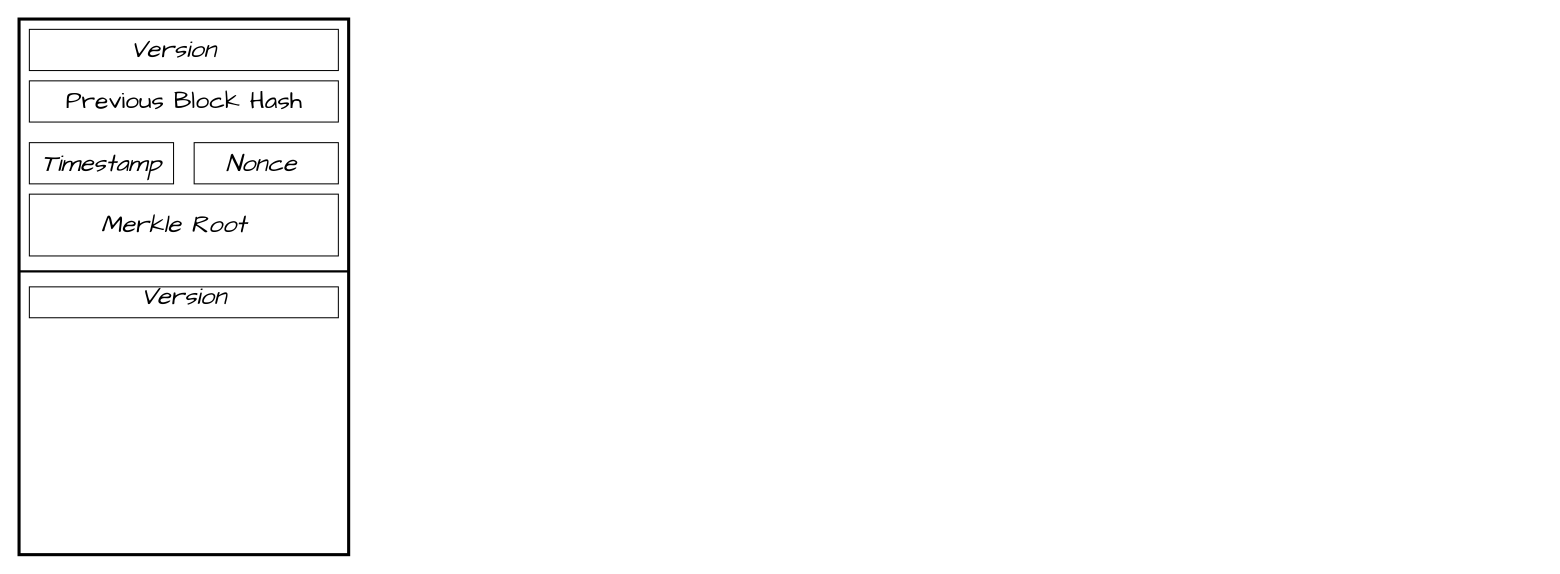
Earlier version of the draw.io diagram BlockchainStructure.drawio (pietro-celati/Jellyfish-Merkle-Tree). Source tidied: cells renumbered, new cells numbered last; positions are measured from the earlier drawing's top-left corner, leaving out a move shared by most shapes. Both pictures are drawn from the tidied source at 103%, with x=0, y=0 at pixel (19, 19).
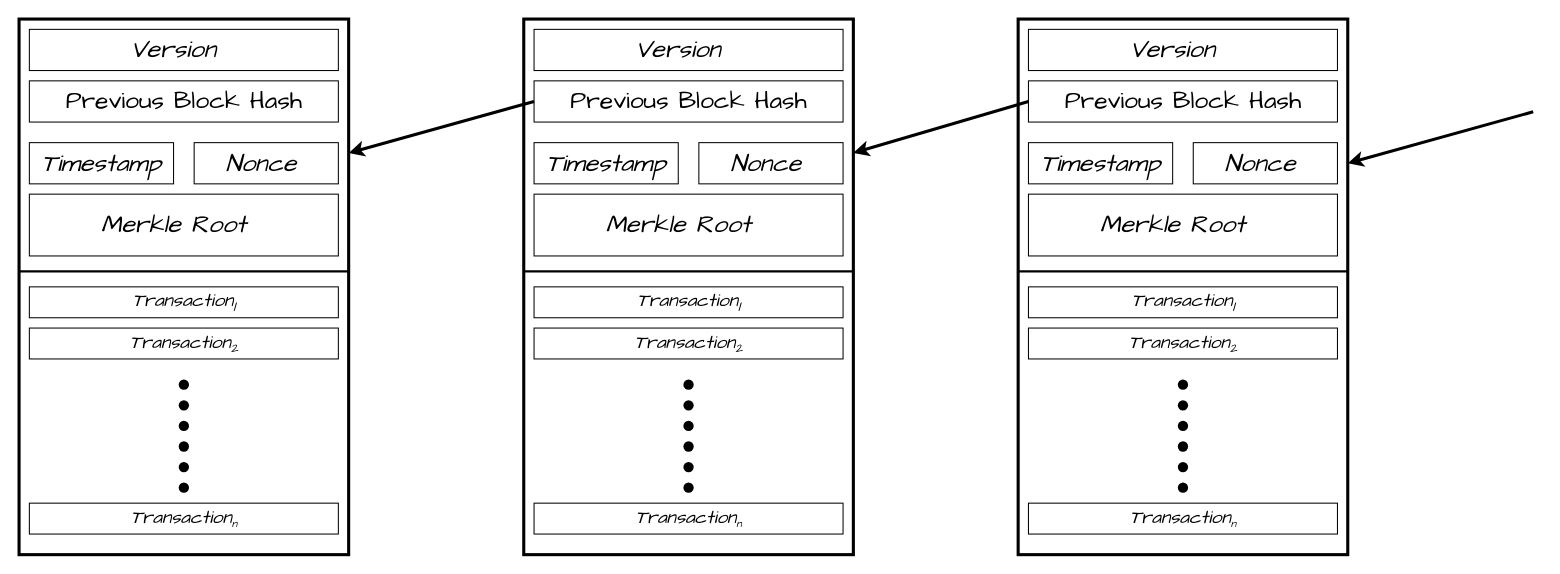
Above is the later version.

Diff of the diagram source:
```diff
@@
-    <mxCell id="2" style="rounded=0;whiteSpace=wrap;html=1;strokeWidth=3;" parent="1" vertex="1">
+    <mxCell id="2" style="rounded=0;whiteSpace=wrap;html=1;strokeWidth=3;gradientColor=none;" parent="1" vertex="1">
       <mxGeometry width="320" height="520" as="geometry" />
     </mxCell>
@@
-    <mxCell id="15" value="Version" style="text;strokeColor=none;fillColor=none;html=1;fontSize=24;fontStyle=2;verticalAlign=middle;align=center;fontFamily=Comic Sans MS;" parent="1" vertex="1">
-      <mxGeometry x="110" y="250" width="100" height="40" as="geometry" />
+    <mxCell id="15" value="Transaction&lt;sub&gt;1&lt;/sub&gt;" style="text;strokeColor=none;fillColor=none;html=1;fontSize=18;fontStyle=2;verticalAlign=middle;align=center;fontFamily=Comic Sans MS;" parent="1" vertex="1">
+      <mxGeometry x="110" y="265" width="100" height="20" as="geometry" />
     </mxCell>
+    <mxCell id="16" style="rounded=0;whiteSpace=wrap;html=1;" parent="1" vertex="1">
+      <mxGeometry x="10" y="300" width="300" height="30" as="geometry" />
+    </mxCell>
+    <mxCell id="17" value="Transaction&lt;span style=&quot;font-size: 15px;&quot;&gt;&lt;sub&gt;2&lt;/sub&gt;&lt;/span&gt;" style="text;strokeColor=none;fillColor=none;html=1;fontSize=18;fontStyle=2;verticalAlign=middle;align=center;fontFamily=Comic Sans MS;" parent="1" vertex="1">
+      <mxGeometry x="110" y="305" width="100" height="20" as="geometry" />
+    </mxCell>
+    <mxCell id="18" style="ellipse;whiteSpace=wrap;html=1;gradientColor=none;fillColor=#000000;strokeColor=none;gradientDirection=north;" parent="1" vertex="1">
+      <mxGeometry x="155" y="350" width="10" height="10" as="geometry" />
+    </mxCell>
+    <mxCell id="19" style="ellipse;whiteSpace=wrap;html=1;gradientColor=none;fillColor=#000000;strokeColor=none;gradientDirection=north;" parent="1" vertex="1">
+      <mxGeometry x="155" y="370" width="10" height="10" as="geometry" />
+    </mxCell>
+    <mxCell id="20" style="ellipse;whiteSpace=wrap;html=1;gradientColor=none;fillColor=#000000;strokeColor=none;gradientDirection=north;" parent="1" vertex="1">
+      <mxGeometry x="155" y="390" width="10" height="10" as="geometry" />
+    </mxCell>
+    <mxCell id="21" style="ellipse;whiteSpace=wrap;html=1;gradientColor=none;fillColor=#000000;strokeColor=none;gradientDirection=north;" parent="1" vertex="1">
+      <mxGeometry x="155" y="410" width="10" height="10" as="geometry" />
+    </mxCell>
+    <mxCell id="22" style="ellipse;whiteSpace=wrap;html=1;gradientColor=none;fillColor=#000000;strokeColor=none;gradientDirection=north;" parent="1" vertex="1">
+      <mxGeometry x="155" y="430" width="10" height="10" as="geometry" />
+    </mxCell>
+    <mxCell id="23" style="ellipse;whiteSpace=wrap;html=1;gradientColor=none;fillColor=#000000;strokeColor=none;gradientDirection=north;" parent="1" vertex="1">
+      <mxGeometry x="155" y="450" width="10" height="10" as="geometry" />
+    </mxCell>
+    <mxCell id="24" style="rounded=0;whiteSpace=wrap;html=1;" parent="1" vertex="1">
+      <mxGeometry x="10" y="470" width="300" height="30" as="geometry" />
+    </mxCell>
+    <mxCell id="25" value="Transaction&lt;span style=&quot;font-size: 12.5px;&quot;&gt;&lt;sub&gt;n&lt;/sub&gt;&lt;/span&gt;" style="text;strokeColor=none;fillColor=none;html=1;fontSize=18;fontStyle=2;verticalAlign=middle;align=center;fontFamily=Comic Sans MS;" parent="1" vertex="1">
+      <mxGeometry x="110" y="475" width="100" height="20" as="geometry" />
+    </mxCell>
+    <mxCell id="26" style="rounded=0;whiteSpace=wrap;html=1;strokeWidth=3;gradientColor=none;" parent="1" vertex="1">
+      <mxGeometry x="490" width="320" height="520" as="geometry" />
+    </mxCell>
+    <mxCell id="27" style="rounded=0;whiteSpace=wrap;html=1;" parent="1" vertex="1">
+      <mxGeometry x="500" y="10" width="300" height="40" as="geometry" />
+    </mxCell>
+    <mxCell id="28" value="Version" style="text;strokeColor=none;fillColor=none;html=1;fontSize=24;fontStyle=2;verticalAlign=middle;align=center;fontFamily=Comic Sans MS;" parent="1" vertex="1">
+      <mxGeometry x="590" y="10" width="100" height="40" as="geometry" />
+    </mxCell>
+    <mxCell id="29" style="rounded=0;whiteSpace=wrap;html=1;" parent="1" vertex="1">
+      <mxGeometry x="500" y="60" width="300" height="40" as="geometry" />
+    </mxCell>
+    <mxCell id="30" value="Previous Block Hash" style="text;strokeColor=none;fillColor=none;html=1;fontSize=24;fontStyle=0;verticalAlign=middle;align=center;fontFamily=Comic Sans MS;" parent="1" vertex="1">
+      <mxGeometry x="600" y="60" width="100" height="40" as="geometry" />
+    </mxCell>
+    <mxCell id="31" style="rounded=0;whiteSpace=wrap;html=1;" parent="1" vertex="1">
+      <mxGeometry x="500" y="120" width="140" height="40" as="geometry" />
+    </mxCell>
+    <mxCell id="32" style="rounded=0;whiteSpace=wrap;html=1;" parent="1" vertex="1">
+      <mxGeometry x="660" y="120" width="140" height="40" as="geometry" />
+    </mxCell>
+    <mxCell id="33" value="&lt;font face=&quot;Comic Sans MS&quot;&gt;&lt;i&gt;Timestamp&lt;/i&gt;&lt;/font&gt;" style="text;strokeColor=none;fillColor=none;html=1;fontSize=24;fontStyle=0;verticalAlign=middle;align=center;" parent="1" vertex="1">
+      <mxGeometry x="520" y="120" width="100" height="40" as="geometry" />
+    </mxCell>
+    <mxCell id="34" value="&lt;font face=&quot;Comic Sans MS&quot;&gt;&lt;i&gt;Nonce&lt;/i&gt;&lt;/font&gt;" style="text;strokeColor=none;fillColor=none;html=1;fontSize=24;fontStyle=0;verticalAlign=middle;align=center;" parent="1" vertex="1">
+      <mxGeometry x="675" y="120" width="100" height="40" as="geometry" />
+    </mxCell>
+    <mxCell id="35" style="rounded=0;whiteSpace=wrap;html=1;" parent="1" vertex="1">
+      <mxGeometry x="500" y="170" width="300" height="60" as="geometry" />
+    </mxCell>
+    <mxCell id="36" value="Merkle Root" style="text;strokeColor=none;fillColor=none;html=1;fontSize=24;fontStyle=2;verticalAlign=middle;align=center;fontFamily=Comic Sans MS;" parent="1" vertex="1">
+      <mxGeometry x="590" y="180" width="100" height="40" as="geometry" />
+    </mxCell>
+    <mxCell id="37" style="line;strokeWidth=2;html=1;" parent="1" vertex="1">
+      <mxGeometry x="490" y="240" width="320" height="10" as="geometry" />
+    </mxCell>
+    <mxCell id="38" style="rounded=0;whiteSpace=wrap;html=1;" parent="1" vertex="1">
+      <mxGeometry x="500" y="260" width="300" height="30" as="geometry" />
+    </mxCell>
+    <mxCell id="39" value="Transaction&lt;sub&gt;1&lt;/sub&gt;" style="text;strokeColor=none;fillColor=none;html=1;fontSize=18;fontStyle=2;verticalAlign=middle;align=center;fontFamily=Comic Sans MS;" parent="1" vertex="1">
+      <mxGeometry x="600" y="265" width="100" height="20" as="geometry" />
+    </mxCell>
+    <mxCell id="40" style="rounded=0;whiteSpace=wrap;html=1;" parent="1" vertex="1">
+      <mxGeometry x="500" y="300" width="300" height="30" as="geometry" />
+    </mxCell>
+    <mxCell id="41" value="Transaction&lt;span style=&quot;font-size: 15px;&quot;&gt;&lt;sub&gt;2&lt;/sub&gt;&lt;/span&gt;" style="text;strokeColor=none;fillColor=none;html=1;fontSize=18;fontStyle=2;verticalAlign=middle;align=center;fontFamily=Comic Sans MS;" parent="1" vertex="1">
+      <mxGeometry x="600" y="305" width="100" height="20" as="geometry" />
+    </mxCell>
+    <mxCell id="42" style="ellipse;whiteSpace=wrap;html=1;gradientColor=none;fillColor=#000000;strokeColor=none;gradientDirection=north;" parent="1" vertex="1">
+      <mxGeometry x="645" y="350" width="10" height="10" as="geometry" />
+    </mxCell>
+    <mxCell id="43" style="ellipse;whiteSpace=wrap;html=1;gradientColor=none;fillColor=#000000;strokeColor=none;gradientDirection=north;" parent="1" vertex="1">
+      <mxGeometry x="645" y="370" width="10" height="10" as="geometry" />
+    </mxCell>
+    <mxCell id="44" style="ellipse;whiteSpace=wrap;html=1;gradientColor=none;fillColor=#000000;strokeColor=none;gradientDirection=north;" parent="1" vertex="1">
+      <mxGeometry x="645" y="390" width="10" height="10" as="geometry" />
+    </mxCell>
+    <mxCell id="45" style="ellipse;whiteSpace=wrap;html=1;gradientColor=none;fillColor=#000000;strokeColor=none;gradientDirection=north;" parent="1" vertex="1">
+      <mxGeometry x="645" y="410" width="10" height="10" as="geometry" />
+    </mxCell>
+    <mxCell id="46" style="ellipse;whiteSpace=wrap;html=1;gradientColor=none;fillColor=#000000;strokeColor=none;gradientDirection=north;" parent="1" vertex="1">
+      <mxGeometry x="645" y="430" width="10" height="10" as="geometry" />
+    </mxCell>
+    <mxCell id="47" style="ellipse;whiteSpace=wrap;html=1;gradientColor=none;fillColor=#000000;strokeColor=none;gradientDirection=north;" parent="1" vertex="1">
+      <mxGeometry x="645" y="450" width="10" height="10" as="geometry" />
+    </mxCell>
+    <mxCell id="48" style="rounded=0;whiteSpace=wrap;html=1;" parent="1" vertex="1">
+      <mxGeometry x="500" y="470" width="300" height="30" as="geometry" />
+    </mxCell>
+    <mxCell id="49" value="Transaction&lt;span style=&quot;font-size: 12.5px;&quot;&gt;&lt;sub&gt;n&lt;/sub&gt;&lt;/span&gt;" style="text;strokeColor=none;fillColor=none;html=1;fontSize=18;fontStyle=2;verticalAlign=middle;align=center;fontFamily=Comic Sans MS;" parent="1" vertex="1">
+      <mxGeometry x="600" y="475" width="100" height="20" as="geometry" />
+    </mxCell>
+    <mxCell id="50" style="rounded=0;whiteSpace=wrap;html=1;strokeWidth=3;gradientColor=none;" parent="1" vertex="1">
+      <mxGeometry x="970" width="320" height="520" as="geometry" />
+    </mxCell>
+    <mxCell id="51" style="rounded=0;whiteSpace=wrap;html=1;" parent="1" vertex="1">
+      <mxGeometry x="980" y="10" width="300" height="40" as="geometry" />
+    </mxCell>
+    <mxCell id="52" value="Version" style="text;strokeColor=none;fillColor=none;html=1;fontSize=24;fontStyle=2;verticalAlign=middle;align=center;fontFamily=Comic Sans MS;" parent="1" vertex="1">
+      <mxGeometry x="1070" y="10" width="100" height="40" as="geometry" />
+    </mxCell>
+    <mxCell id="53" style="rounded=0;whiteSpace=wrap;html=1;" parent="1" vertex="1">
+      <mxGeometry x="980" y="60" width="300" height="40" as="geometry" />
+    </mxCell>
+    <mxCell id="54" value="Previous Block Hash" style="text;strokeColor=none;fillColor=none;html=1;fontSize=24;fontStyle=0;verticalAlign=middle;align=center;fontFamily=Comic Sans MS;" parent="1" vertex="1">
+      <mxGeometry x="1080" y="60" width="100" height="40" as="geometry" />
+    </mxCell>
+    <mxCell id="55" style="rounded=0;whiteSpace=wrap;html=1;" parent="1" vertex="1">
+      <mxGeometry x="980" y="120" width="140" height="40" as="geometry" />
+    </mxCell>
+    <mxCell id="56" style="rounded=0;whiteSpace=wrap;html=1;" parent="1" vertex="1">
+      <mxGeometry x="1140" y="120" width="140" height="40" as="geometry" />
+    </mxCell>
+    <mxCell id="57" value="&lt;font face=&quot;Comic Sans MS&quot;&gt;&lt;i&gt;Timestamp&lt;/i&gt;&lt;/font&gt;" style="text;strokeColor=none;fillColor=none;html=1;fontSize=24;fontStyle=0;verticalAlign=middle;align=center;" parent="1" vertex="1">
+      <mxGeometry x="1000" y="120" width="100" height="40" as="geometry" />
+    </mxCell>
+    <mxCell id="58" value="&lt;font face=&quot;Comic Sans MS&quot;&gt;&lt;i&gt;Nonce&lt;/i&gt;&lt;/font&gt;" style="text;strokeColor=none;fillColor=none;html=1;fontSize=24;fontStyle=0;verticalAlign=middle;align=center;" parent="1" vertex="1">
+      <mxGeometry x="1155" y="120" width="100" height="40" as="geometry" />
+    </mxCell>
+    <mxCell id="59" style="rounded=0;whiteSpace=wrap;html=1;" parent="1" vertex="1">
+      <mxGeometry x="980" y="170" width="300" height="60" as="geometry" />
+    </mxCell>
+    <mxCell id="60" value="Merkle Root" style="text;strokeColor=none;fillColor=none;html=1;fontSize=24;fontStyle=2;verticalAlign=middle;align=center;fontFamily=Comic Sans MS;" parent="1" vertex="1">
+      <mxGeometry x="1070" y="180" width="100" height="40" as="geometry" />
+    </mxCell>
+    <mxCell id="61" style="line;strokeWidth=2;html=1;" parent="1" vertex="1">
+      <mxGeometry x="970" y="240" width="320" height="10" as="geometry" />
+    </mxCell>
+    <mxCell id="62" style="rounded=0;whiteSpace=wrap;html=1;" parent="1" vertex="1">
+      <mxGeometry x="980" y="260" width="300" height="30" as="geometry" />
+    </mxCell>
+    <mxCell id="63" value="Transaction&lt;sub&gt;1&lt;/sub&gt;" style="text;strokeColor=none;fillColor=none;html=1;fontSize=18;fontStyle=2;verticalAlign=middle;align=center;fontFamily=Comic Sans MS;" parent="1" vertex="1">
+      <mxGeometry x="1080" y="265" width="100" height="20" as="geometry" />
+    </mxCell>
+    <mxCell id="64" style="rounded=0;whiteSpace=wrap;html=1;" parent="1" vertex="1">
+      <mxGeometry x="980" y="300" width="300" height="30" as="geometry" />
+    </mxCell>
+    <mxCell id="65" value="Transaction&lt;span style=&quot;font-size: 15px;&quot;&gt;&lt;sub&gt;2&lt;/sub&gt;&lt;/span&gt;" style="text;strokeColor=none;fillColor=none;html=1;fontSize=18;fontStyle=2;verticalAlign=middle;align=center;fontFamily=Comic Sans MS;" parent="1" vertex="1">
+      <mxGeometry x="1080" y="305" width="100" height="20" as="geometry" />
+    </mxCell>
+    <mxCell id="66" style="ellipse;whiteSpace=wrap;html=1;gradientColor=none;fillColor=#000000;strokeColor=none;gradientDirection=north;" parent="1" vertex="1">
+      <mxGeometry x="1125" y="350" width="10" height="10" as="geometry" />
+    </mxCell>
+    <mxCell id="67" style="ellipse;whiteSpace=wrap;html=1;gradientColor=none;fillColor=#000000;strokeColor=none;gradientDirection=north;" parent="1" vertex="1">
+      <mxGeometry x="1125" y="370" width="10" height="10" as="geometry" />
+    </mxCell>
+    <mxCell id="68" style="ellipse;whiteSpace=wrap;html=1;gradientColor=none;fillColor=#000000;strokeColor=none;gradientDirection=north;" parent="1" vertex="1">
+      <mxGeometry x="1125" y="390" width="10" height="10" as="geometry" />
+    </mxCell>
+    <mxCell id="69" style="ellipse;whiteSpace=wrap;html=1;gradientColor=none;fillColor=#000000;strokeColor=none;gradientDirection=north;" parent="1" vertex="1">
+      <mxGeometry x="1125" y="410" width="10" height="10" as="geometry" />
+    </mxCell>
+    <mxCell id="70" style="ellipse;whiteSpace=wrap;html=1;gradientColor=none;fillColor=#000000;strokeColor=none;gradientDirection=north;" parent="1" vertex="1">
+      <mxGeometry x="1125" y="430" width="10" height="10" as="geometry" />
+    </mxCell>
+    <mxCell id="71" style="ellipse;whiteSpace=wrap;html=1;gradientColor=none;fillColor=#000000;strokeColor=none;gradientDirection=north;" parent="1" vertex="1">
+      <mxGeometry x="1125" y="450" width="10" height="10" as="geometry" />
+    </mxCell>
+    <mxCell id="72" style="rounded=0;whiteSpace=wrap;html=1;" parent="1" vertex="1">
+      <mxGeometry x="980" y="470" width="300" height="30" as="geometry" />
+    </mxCell>
+    <mxCell id="73" value="Transaction&lt;span style=&quot;font-size: 12.5px;&quot;&gt;&lt;sub&gt;n&lt;/sub&gt;&lt;/span&gt;" style="text;strokeColor=none;fillColor=none;html=1;fontSize=18;fontStyle=2;verticalAlign=middle;align=center;fontFamily=Comic Sans MS;" parent="1" vertex="1">
+      <mxGeometry x="1080" y="475" width="100" height="20" as="geometry" />
+    </mxCell>
+    <mxCell id="74" style="endArrow=classic;html=1;rounded=0;strokeWidth=3;entryX=1;entryY=0.25;entryDx=0;entryDy=0;exitX=0;exitY=0.5;exitDx=0;exitDy=0;" parent="1" edge="1" source="29" target="2">
+      <mxGeometry relative="1" as="geometry" />
+    </mxCell>
+    <mxCell id="75" style="endArrow=classic;html=1;rounded=0;strokeWidth=3;entryX=1;entryY=0.25;entryDx=0;entryDy=0;exitX=0;exitY=0.5;exitDx=0;exitDy=0;" parent="1" edge="1" source="53" target="26">
+      <mxGeometry relative="1" as="geometry" />
+    </mxCell>
+    <mxCell id="76" style="endArrow=classic;html=1;rounded=0;strokeWidth=3;entryX=1;entryY=0.25;entryDx=0;entryDy=0;exitX=0;exitY=0.5;exitDx=0;exitDy=0;" parent="1" edge="1">
+      <mxGeometry relative="1" as="geometry">
+        <mxPoint x="1470" y="90" as="sourcePoint" />
+        <mxPoint x="1290" y="140" as="targetPoint" />
+      </mxGeometry>
+    </mxCell>
```
